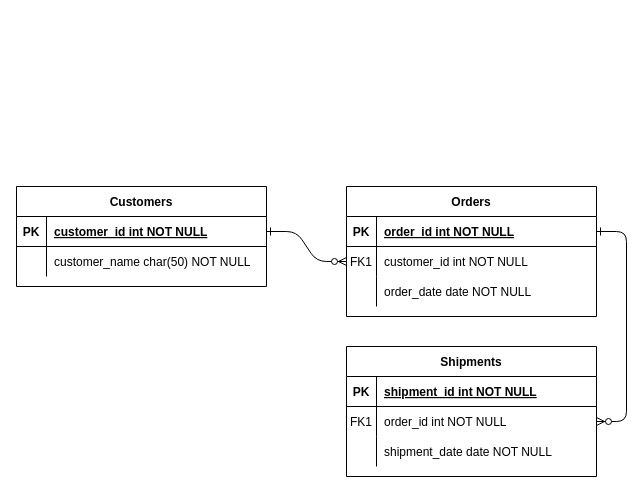
The draw.io diagram Untitled Diagram.drawio in gitSaein/my-market-hexagon-project, before the edit. Source tidied: cells renumbered, new cells numbered last; positions are measured from the earlier drawing's top-left corner, leaving out a move shared by most shapes. Both pictures are drawn from the tidied source at 100%, with x=0, y=0 at pixel (16, 186).
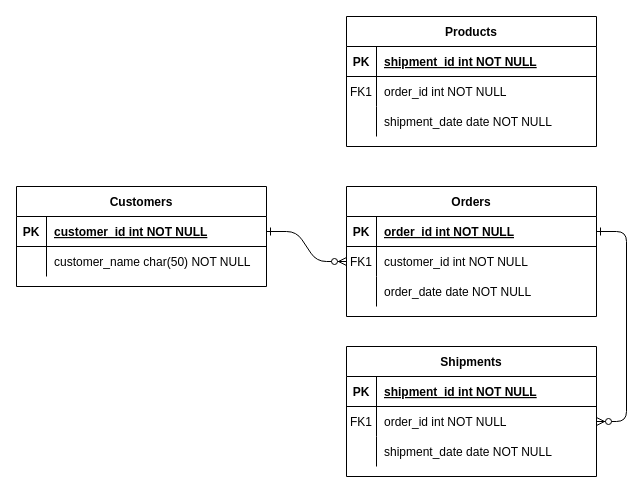
Above is the later version.

Diff of the diagram source:
```diff
@@
+    <mxCell id="31" value="Products" style="shape=table;startSize=30;childLayout=tableLayout;rowLines=0;fontStyle=1;align=center;" parent="1" vertex="1">
+      <mxGeometry x="330" y="-170" width="250" height="130" as="geometry" />
+    </mxCell>
+    <mxCell id="32" style="shape=partialRectangle;fillColor=none;top=0;left=0;right=0;bottom=1;" parent="31" vertex="1">
+      <mxGeometry y="30" width="250" height="30" as="geometry" />
+    </mxCell>
+    <mxCell id="33" value="PK" style="shape=partialRectangle;overflow=hidden;fillColor=none;top=0;left=0;bottom=0;right=0;fontStyle=1;" parent="32" vertex="1">
+      <mxGeometry width="30" height="30" as="geometry" />
+    </mxCell>
+    <mxCell id="34" value="shipment_id int NOT NULL " style="shape=partialRectangle;overflow=hidden;fillColor=none;top=0;left=0;bottom=0;right=0;align=left;spacingLeft=6;fontStyle=5;" parent="32" vertex="1">
+      <mxGeometry x="30" width="220" height="30" as="geometry" />
+    </mxCell>
+    <mxCell id="35" style="shape=partialRectangle;fillColor=none;top=0;left=0;right=0;bottom=0;" parent="31" vertex="1">
+      <mxGeometry y="60" width="250" height="30" as="geometry" />
+    </mxCell>
+    <mxCell id="36" value="FK1" style="shape=partialRectangle;overflow=hidden;fillColor=none;top=0;left=0;bottom=0;right=0;" parent="35" vertex="1">
+      <mxGeometry width="30" height="30" as="geometry" />
+    </mxCell>
+    <mxCell id="37" value="order_id int NOT NULL" style="shape=partialRectangle;overflow=hidden;fillColor=none;top=0;left=0;bottom=0;right=0;align=left;spacingLeft=6;" parent="35" vertex="1">
+      <mxGeometry x="30" width="220" height="30" as="geometry" />
+    </mxCell>
+    <mxCell id="38" style="shape=partialRectangle;fillColor=none;top=0;left=0;right=0;bottom=0;" parent="31" vertex="1">
+      <mxGeometry y="90" width="250" height="30" as="geometry" />
+    </mxCell>
+    <mxCell id="39" style="shape=partialRectangle;overflow=hidden;fillColor=none;top=0;left=0;bottom=0;right=0;" parent="38" vertex="1">
+      <mxGeometry width="30" height="30" as="geometry" />
+    </mxCell>
+    <mxCell id="40" value="shipment_date date NOT NULL" style="shape=partialRectangle;overflow=hidden;fillColor=none;top=0;left=0;bottom=0;right=0;align=left;spacingLeft=6;" parent="38" vertex="1">
+      <mxGeometry x="30" width="220" height="30" as="geometry" />
+    </mxCell>
```
